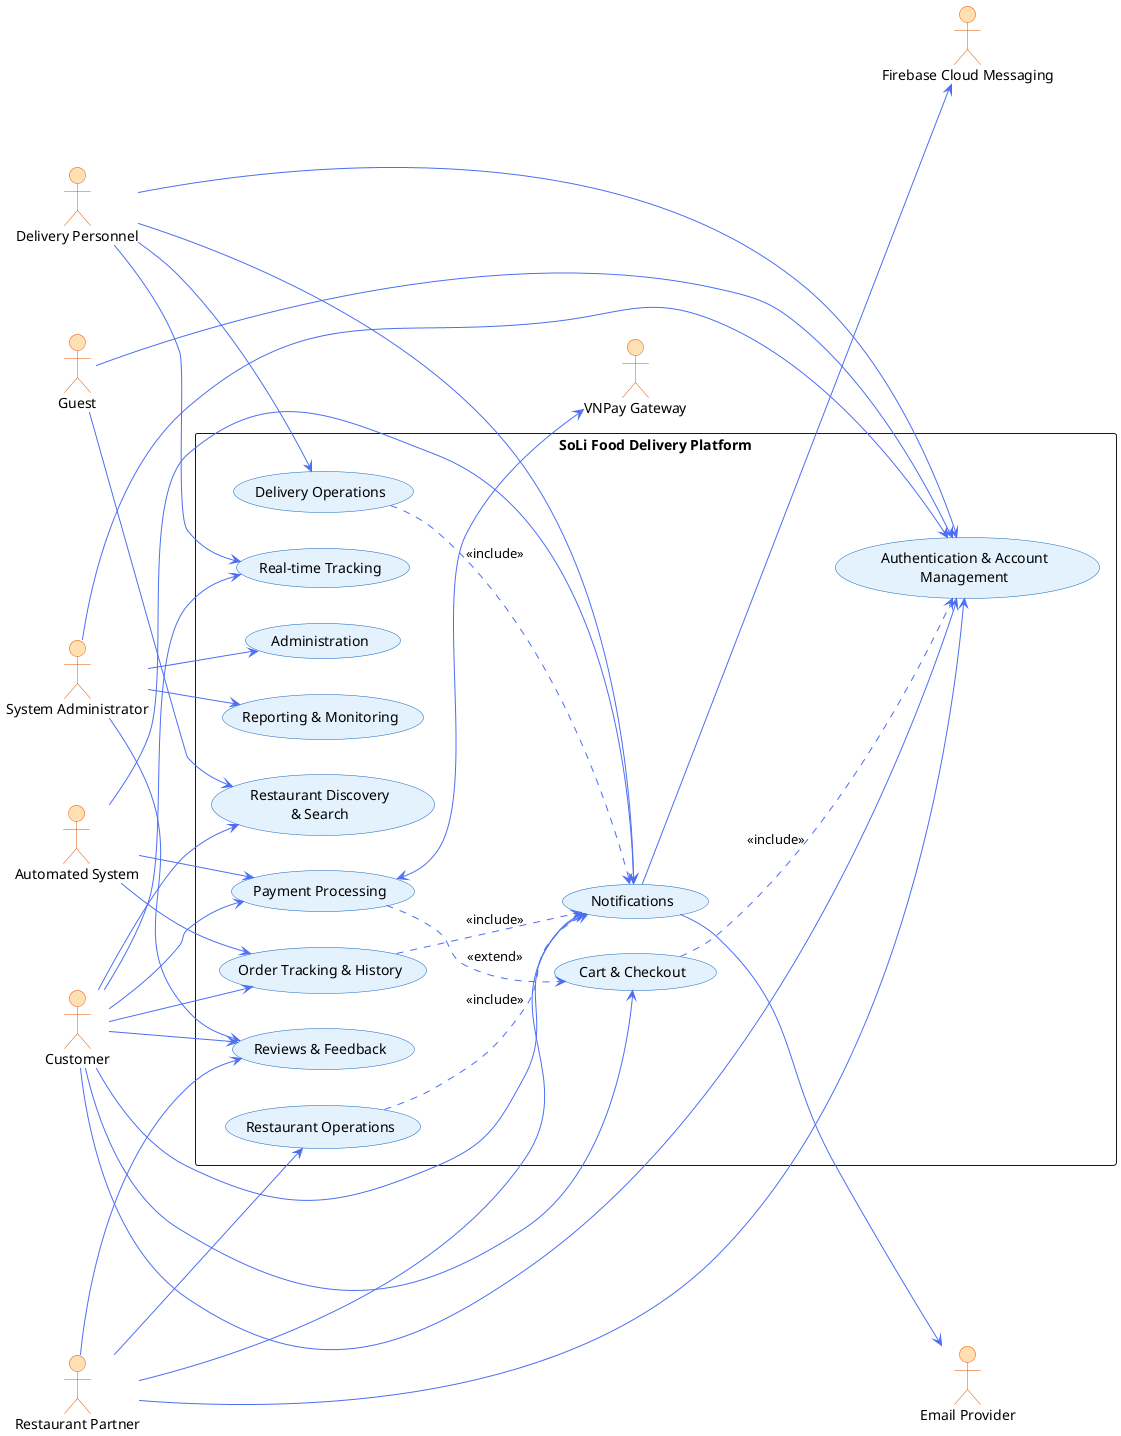
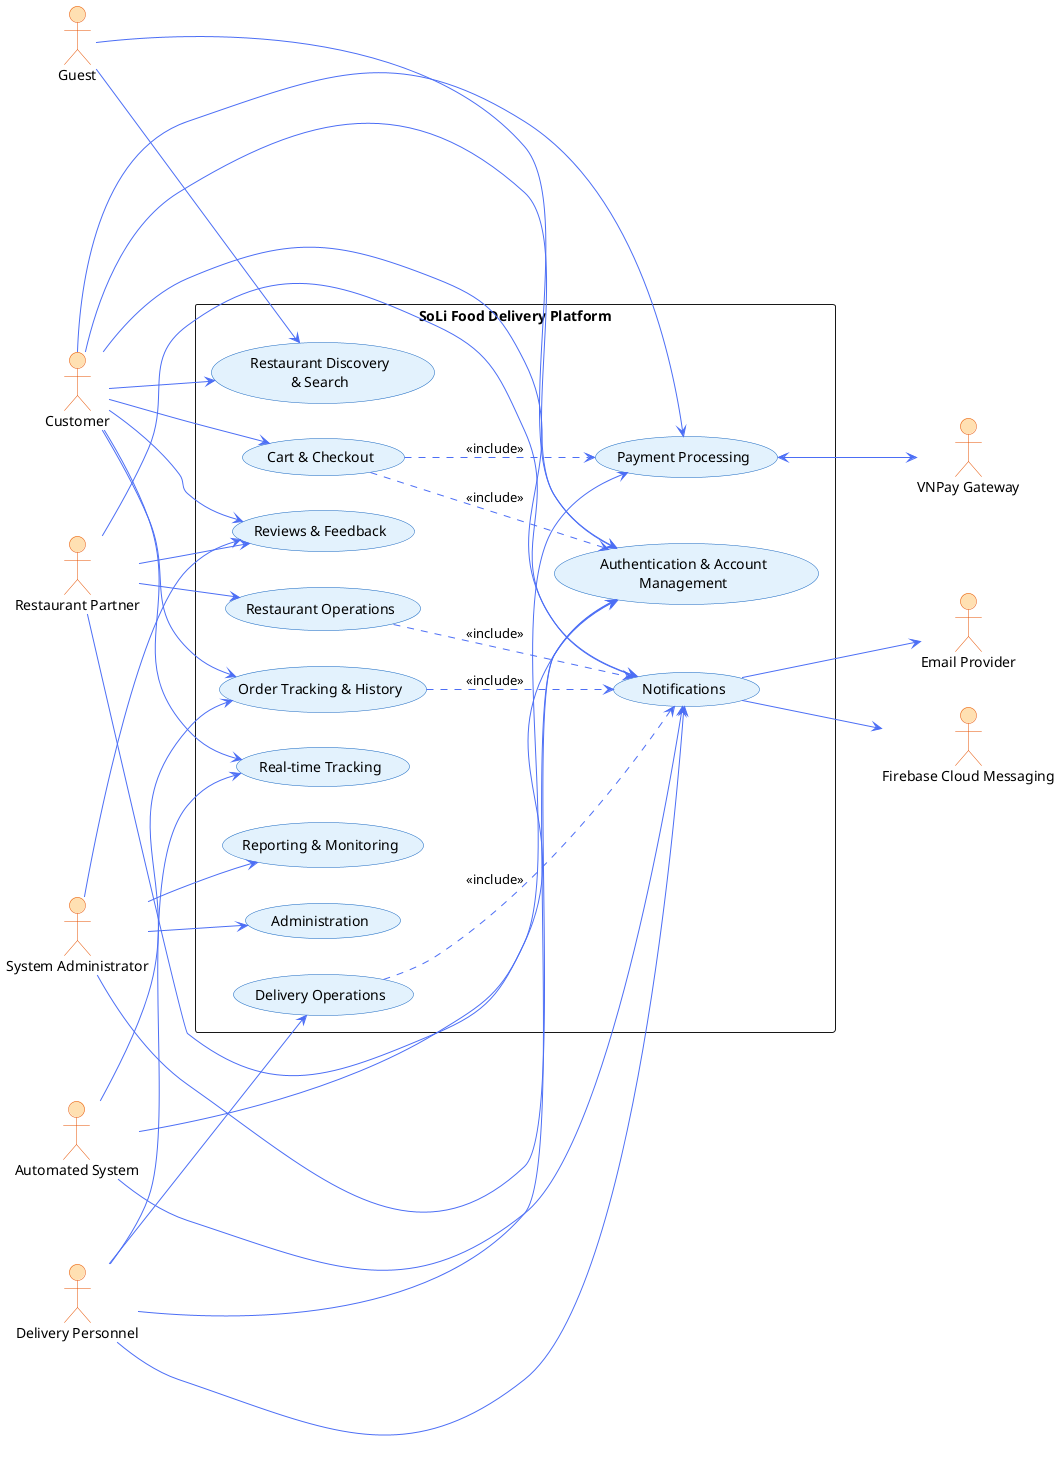
- 
- ```plantuml
@startuml SystemOverview
left to right direction
skinparam packageStyle rectangle
skinparam shadowing false
skinparam ArrowColor #4C6EF5
skinparam usecase {
  BackgroundColor #E3F2FD
  BorderColor #1565C0
}
skinparam actor {
  BackgroundColor #FFE0B2
  BorderColor #E65100
}

actor "Guest" as Guest
actor "Customer" as Customer
actor "Restaurant Partner" as Restaurant
actor "Delivery Personnel" as Shipper
actor "System Administrator" as Admin
actor "Automated System" as SystemActor
actor "VNPay Gateway" as VNPay
actor "Firebase Cloud Messaging" as FCM
actor "Email Provider" as Email

rectangle "SoLi Food Delivery Platform" {
  usecase "Authentication & Account\nManagement" as DOM_AUTH
  usecase "Restaurant Discovery\n& Search" as DOM_DISC
  usecase "Cart & Checkout" as DOM_CART
  usecase "Payment Processing" as DOM_PAY
  usecase "Order Tracking & History" as DOM_ORD
  usecase "Restaurant Operations" as DOM_REST
  usecase "Delivery Operations" as DOM_SHIP
  usecase "Notifications" as DOM_NOTIF
  usecase "Reviews & Feedback" as DOM_REV
  usecase "Administration" as DOM_ADMIN
  usecase "Real-time Tracking" as DOM_TRACK
  usecase "Reporting & Monitoring" as DOM_RPT
}

Guest --> DOM_AUTH
Guest --> DOM_DISC
Customer --> DOM_AUTH
Customer --> DOM_DISC
Customer --> DOM_CART
Customer --> DOM_PAY
Customer --> DOM_ORD
Customer --> DOM_TRACK
Customer --> DOM_REV
Customer --> DOM_NOTIF

Restaurant --> DOM_AUTH
Restaurant --> DOM_REST
Restaurant --> DOM_NOTIF
Restaurant --> DOM_REV

Shipper --> DOM_AUTH
Shipper --> DOM_SHIP
Shipper --> DOM_NOTIF
Shipper --> DOM_TRACK

Admin --> DOM_AUTH
Admin --> DOM_ADMIN
Admin --> DOM_RPT
Admin --> DOM_REV

DOM_CART ..> DOM_AUTH : <<include>>
- DOM_PAY ..> DOM_CART : <<extend>>
+ DOM_CART ..> DOM_PAY : <<include>>
DOM_ORD ..> DOM_NOTIF : <<include>>
DOM_REST ..> DOM_NOTIF : <<include>>
DOM_SHIP ..> DOM_NOTIF : <<include>>

SystemActor --> DOM_PAY
SystemActor --> DOM_ORD
SystemActor --> DOM_NOTIF

DOM_PAY <--> VNPay
DOM_NOTIF --> FCM
DOM_NOTIF --> Email
@enduml